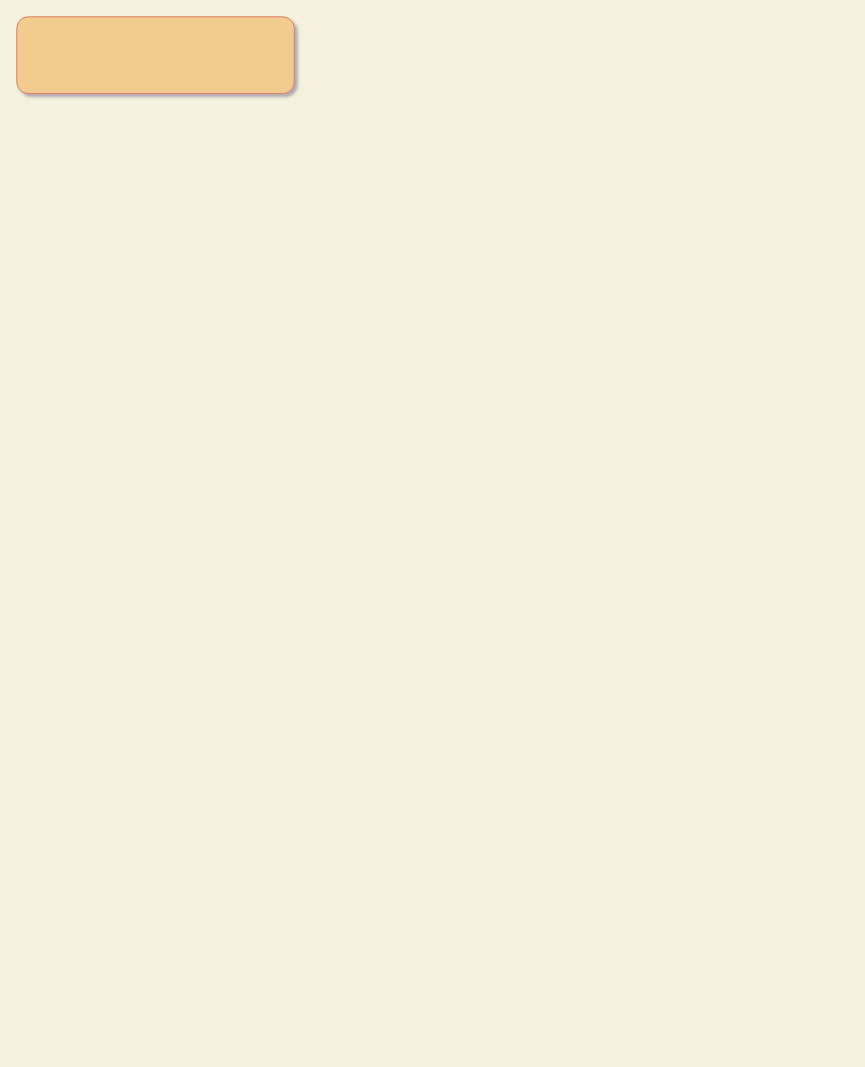
Before: h5_publish.drawio in itrookie-sky/diagrams, a draw.io diagram. Source tidied: cells renumbered, new cells numbered last; positions are measured from the earlier drawing's top-left corner, leaving out a move shared by most shapes. Both pictures are drawn from the tidied source at 96%, with x=0, y=0 at pixel (16, 16).
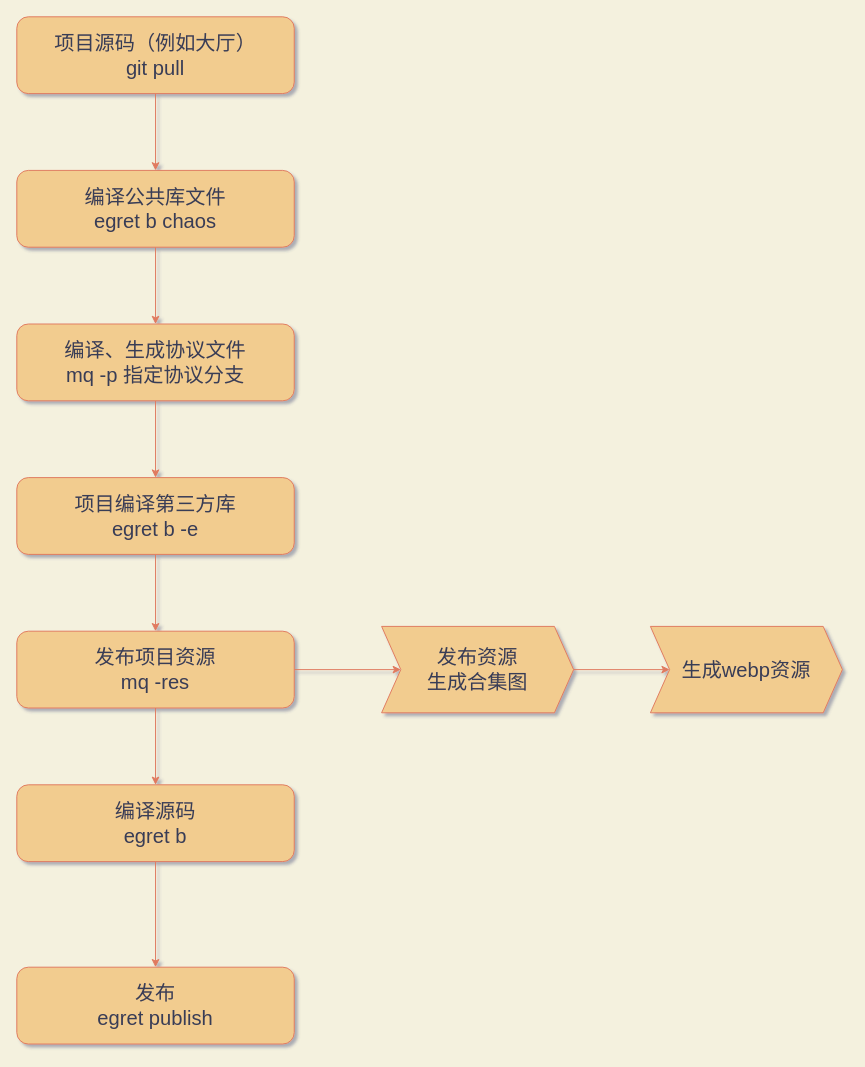
The same diagram, later.

What changed in the source:
```diff
@@
 <mxGraphModel background="#F4F1DE" shadow="1">
   <root>
     <mxCell id="0" />
     <mxCell id="1" parent="0" />
+    <mxCell id="3" style="edgeStyle=orthogonalEdgeStyle;curved=0;rounded=1;sketch=0;jettySize=auto;html=1;strokeColor=#E07A5F;fillColor=#F2CC8F;fontSize=21;fontColor=#393C56;" parent="1" edge="1" source="2" target="5">
+      <mxGeometry relative="1" as="geometry" />
+    </mxCell>
-    <mxCell id="2" style="rounded=1;whiteSpace=wrap;html=1;sketch=0;strokeColor=#E07A5F;fillColor=#F2CC8F;fontColor=#393C56;fontSize=14;" parent="1" vertex="1">
+    <mxCell id="2" value="项目源码（例如大厅）&lt;br&gt;git pull" style="rounded=1;whiteSpace=wrap;html=1;sketch=0;strokeColor=#E07A5F;fillColor=#F2CC8F;fontColor=#393C56;fontSize=21;" parent="1" vertex="1">
       <mxGeometry width="289" height="80" as="geometry" />
     </mxCell>
+    <mxCell id="4" style="edgeStyle=orthogonalEdgeStyle;curved=0;rounded=1;sketch=0;jettySize=auto;html=1;strokeColor=#E07A5F;fillColor=#F2CC8F;fontSize=21;fontColor=#393C56;" parent="1" edge="1" source="5" target="7">
+      <mxGeometry relative="1" as="geometry" />
+    </mxCell>
+    <mxCell id="5" value="编译公共库文件&lt;br&gt;egret b chaos" style="rounded=1;whiteSpace=wrap;html=1;sketch=0;strokeColor=#E07A5F;fillColor=#F2CC8F;fontColor=#393C56;fontSize=21;" parent="1" vertex="1">
+      <mxGeometry y="160" width="289" height="80" as="geometry" />
+    </mxCell>
+    <mxCell id="6" style="edgeStyle=orthogonalEdgeStyle;curved=0;rounded=1;sketch=0;jettySize=auto;html=1;strokeColor=#E07A5F;fillColor=#F2CC8F;fontSize=21;fontColor=#393C56;" parent="1" edge="1" source="7" target="9">
+      <mxGeometry relative="1" as="geometry" />
+    </mxCell>
+    <mxCell id="7" value="编译、生成协议文件&lt;br&gt;mq -p 指定协议分支" style="rounded=1;whiteSpace=wrap;html=1;sketch=0;strokeColor=#E07A5F;fillColor=#F2CC8F;fontColor=#393C56;fontSize=21;" parent="1" vertex="1">
+      <mxGeometry y="320" width="289" height="80" as="geometry" />
+    </mxCell>
+    <mxCell id="8" style="edgeStyle=orthogonalEdgeStyle;curved=0;rounded=1;sketch=0;jettySize=auto;html=1;strokeColor=#E07A5F;fillColor=#F2CC8F;fontSize=21;fontColor=#393C56;" parent="1" edge="1" source="9" target="12">
+      <mxGeometry relative="1" as="geometry" />
+    </mxCell>
+    <mxCell id="9" value="项目编译第三方库&lt;br&gt;egret b -e" style="rounded=1;whiteSpace=wrap;html=1;sketch=0;strokeColor=#E07A5F;fillColor=#F2CC8F;fontColor=#393C56;fontSize=21;" parent="1" vertex="1">
+      <mxGeometry y="480" width="289" height="80" as="geometry" />
+    </mxCell>
+    <mxCell id="10" style="edgeStyle=orthogonalEdgeStyle;curved=0;rounded=1;sketch=0;jettySize=auto;html=1;strokeColor=#E07A5F;fillColor=#F2CC8F;fontSize=21;fontColor=#393C56;" parent="1" edge="1" source="12" target="15">
+      <mxGeometry relative="1" as="geometry" />
+    </mxCell>
+    <mxCell id="11" style="edgeStyle=orthogonalEdgeStyle;curved=0;rounded=1;sketch=0;jettySize=auto;html=1;strokeColor=#E07A5F;fillColor=#F2CC8F;fontSize=21;fontColor=#393C56;" parent="1" edge="1" source="12" target="18">
+      <mxGeometry relative="1" as="geometry" />
+    </mxCell>
+    <mxCell id="12" value="发布项目资源&lt;br&gt;mq -res" style="rounded=1;whiteSpace=wrap;html=1;sketch=0;strokeColor=#E07A5F;fillColor=#F2CC8F;fontColor=#393C56;fontSize=21;" parent="1" vertex="1">
+      <mxGeometry y="640" width="289" height="80" as="geometry" />
+    </mxCell>
+    <mxCell id="13" value="发布&lt;br&gt;egret publish" style="rounded=1;whiteSpace=wrap;html=1;sketch=0;strokeColor=#E07A5F;fillColor=#F2CC8F;fontColor=#393C56;fontSize=21;" parent="1" vertex="1">
+      <mxGeometry y="990" width="289" height="80" as="geometry" />
+    </mxCell>
+    <mxCell id="14" style="edgeStyle=orthogonalEdgeStyle;curved=0;rounded=1;sketch=0;jettySize=auto;html=1;strokeColor=#E07A5F;fillColor=#F2CC8F;fontSize=21;fontColor=#393C56;" parent="1" edge="1" source="15" target="16">
+      <mxGeometry relative="1" as="geometry" />
+    </mxCell>
+    <mxCell id="15" value="发布资源&lt;br&gt;生成合集图" style="shape=step;perimeter=stepPerimeter;whiteSpace=wrap;html=1;fixedSize=1;rounded=0;sketch=0;strokeColor=#E07A5F;fillColor=#F2CC8F;fontSize=21;fontColor=#393C56;" parent="1" vertex="1">
+      <mxGeometry x="380" y="635" width="200" height="90" as="geometry" />
+    </mxCell>
+    <mxCell id="16" value="生成webp资源" style="shape=step;perimeter=stepPerimeter;whiteSpace=wrap;html=1;fixedSize=1;rounded=0;sketch=0;strokeColor=#E07A5F;fillColor=#F2CC8F;fontSize=21;fontColor=#393C56;" parent="1" vertex="1">
+      <mxGeometry x="660" y="635" width="200" height="90" as="geometry" />
+    </mxCell>
+    <mxCell id="17" style="edgeStyle=orthogonalEdgeStyle;curved=0;rounded=1;sketch=0;jettySize=auto;html=1;strokeColor=#E07A5F;fillColor=#F2CC8F;fontSize=21;fontColor=#393C56;" parent="1" edge="1" source="18" target="13">
+      <mxGeometry relative="1" as="geometry" />
+    </mxCell>
+    <mxCell id="18" value="编译源码&lt;br&gt;egret b" style="rounded=1;whiteSpace=wrap;html=1;sketch=0;strokeColor=#E07A5F;fillColor=#F2CC8F;fontColor=#393C56;fontSize=21;" parent="1" vertex="1">
+      <mxGeometry y="800" width="289" height="80" as="geometry" />
+    </mxCell>
   </root>
 </mxGraphModel>
```
